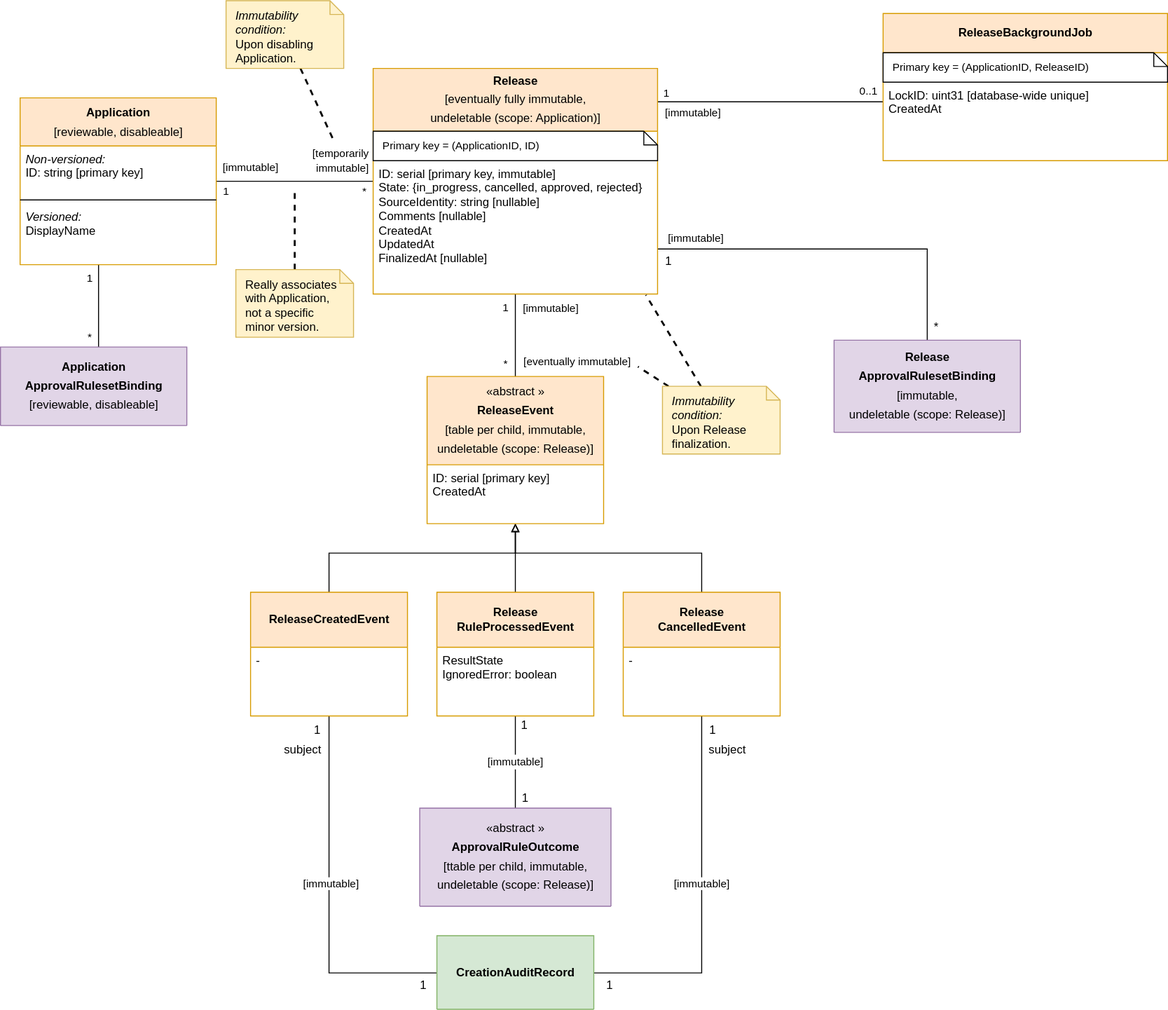
The draw.io diagram devdocs/applications-releases-and-related.drawio.svg in fullstaq-labs/sqedule, before a commit. Source tidied: cells renumbered, new cells last; positions are measured from the earlier drawing's top-left corner, leaving out a move shared by most shapes.
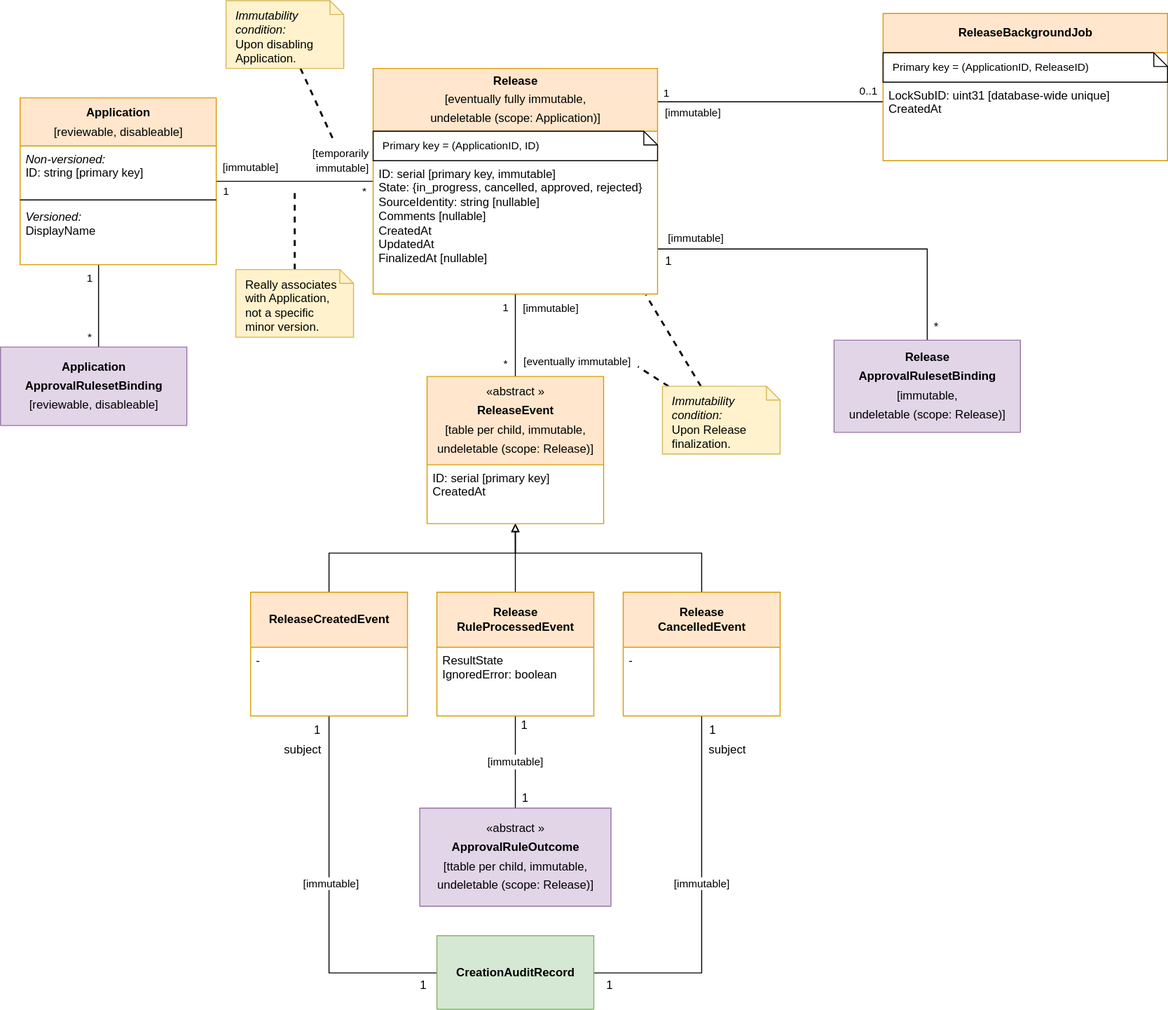
Above is the later version.

Commit message:
ReleaseBackgroundJob: rename LockID to LockSubID

The edit, as a diff of the source:
```diff
@@ -285,7 +285,7 @@
     <mxCell id="66" value="Primary key = (ApplicationID, ReleaseID)" style="shape=note;whiteSpace=wrap;html=1;size=14;verticalAlign=top;align=left;spacingTop=-6;fontSize=11;spacing=10;rotation=0;shadow=0;sketch=0;" parent="65" vertex="1">
       <mxGeometry y="40" width="290" height="30" as="geometry" />
     </mxCell>
-    <mxCell id="67" value="LockID: uint31 [database-wide unique]&#10;CreatedAt" style="text;strokeColor=none;fillColor=none;align=left;verticalAlign=top;spacingLeft=4;spacingRight=4;overflow=hidden;whiteSpace=wrap;" parent="65" vertex="1">
+    <mxCell id="67" value="LockSubID: uint31 [database-wide unique]&#10;CreatedAt" style="text;strokeColor=none;fillColor=none;align=left;verticalAlign=top;spacingLeft=4;spacingRight=4;overflow=hidden;whiteSpace=wrap;" parent="65" vertex="1">
       <mxGeometry y="70" width="290" height="80" as="geometry" />
     </mxCell>
   </root>
```
